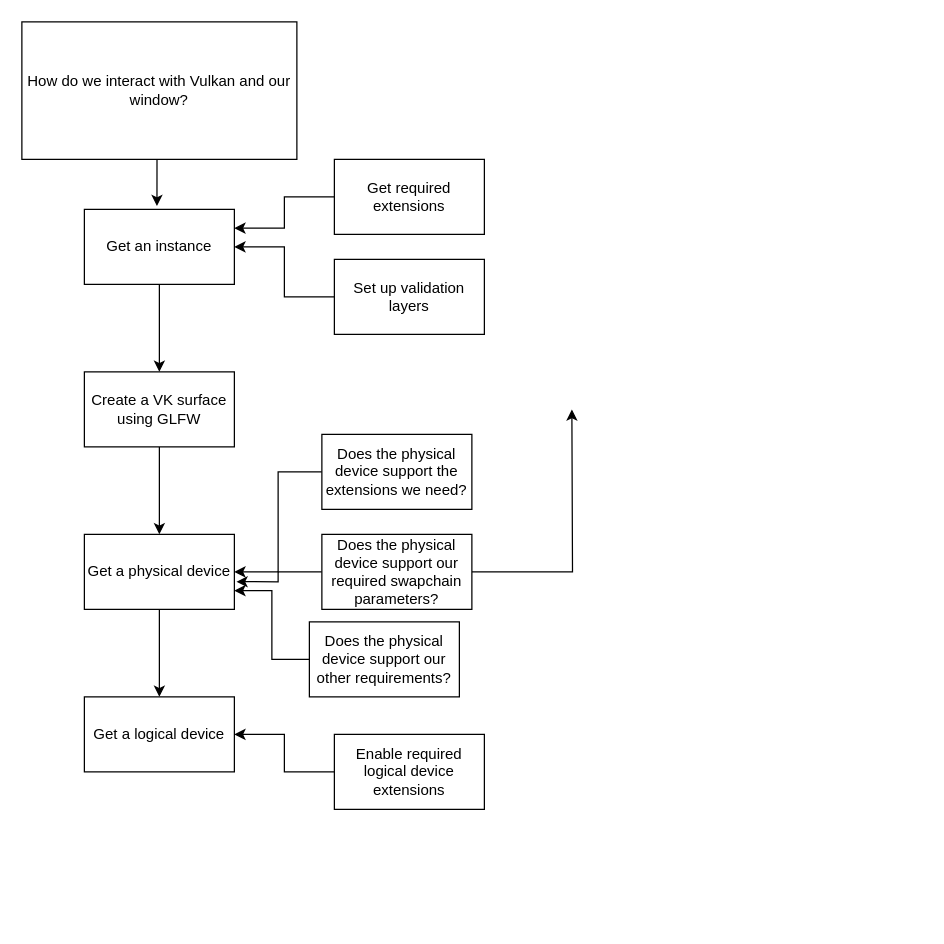
dVeon-loch/VkLearn keeps this draw.io diagram as Drawing A Triangle.drawio. Above is the earlier version. Source tidied: cells renumbered, new cells numbered last; positions are measured from the earlier drawing's top-left corner, leaving out a move shared by most shapes. Both pictures are drawn from the tidied source at 125%, with x=0, y=0 at pixel (21, 21).
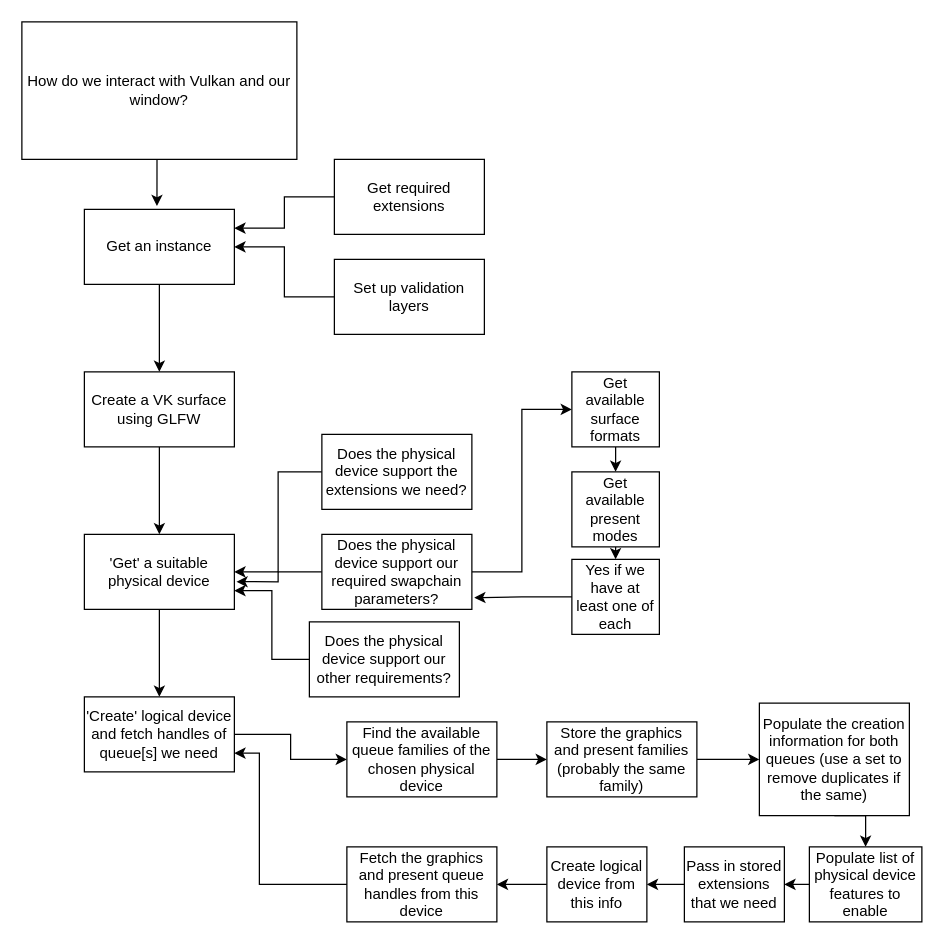
Above is the later version.

The change refers to these unchanged cells:
```xml
<mxCell id="23" value="Does the physical device support our required swapchain parameters?" style="rounded=0;whiteSpace=wrap;html=1;" parent="1" vertex="1">
  <mxGeometry x="240" y="410" width="120" height="60" as="geometry" />
</mxCell>
```

What changed in the source:
```diff
@@
-    <mxCell id="11" value="Get a physical device" style="rounded=0;whiteSpace=wrap;html=1;" parent="1" vertex="1">
+    <mxCell id="11" value="'Get' a suitable physical device" style="rounded=0;whiteSpace=wrap;html=1;" parent="1" vertex="1">
       <mxGeometry x="50" y="410" width="120" height="60" as="geometry" />
     </mxCell>
@@
-    <mxCell id="13" value="Does the physical device support the extensions we need?" style="rounded=0;whiteSpace=wrap;html=1;" parent="1" vertex="1">
+    <mxCell id="13" value="&lt;div&gt;Does the physical device support the extensions we need?&lt;/div&gt;" style="rounded=0;whiteSpace=wrap;html=1;" parent="1" vertex="1">
       <mxGeometry x="240" y="330" width="120" height="60" as="geometry" />
     </mxCell>
@@
+    <mxCell id="24" style="edgeStyle=orthogonalEdgeStyle;rounded=0;jettySize=auto;html=1;exitX=1;exitY=0.5;exitDx=0;exitDy=0;entryX=0;entryY=0.5;entryDx=0;entryDy=0;" parent="1" edge="1" source="16" target="32">
+      <mxGeometry relative="1" as="geometry" />
+    </mxCell>
-    <mxCell id="16" value="Get a logical device" style="rounded=0;whiteSpace=wrap;html=1;" parent="1" vertex="1">
+    <mxCell id="16" value="'Create' logical device and fetch handles of queue[s] we need" style="rounded=0;whiteSpace=wrap;html=1;" parent="1" vertex="1">
       <mxGeometry x="50" y="540" width="120" height="60" as="geometry" />
     </mxCell>
-    <mxCell id="17" style="edgeStyle=orthogonalEdgeStyle;rounded=0;jettySize=auto;html=1;exitX=0;exitY=0.5;exitDx=0;exitDy=0;entryX=1;entryY=0.5;entryDx=0;entryDy=0;" parent="1" edge="1" source="18" target="16">
-      <mxGeometry relative="1" as="geometry" />
-    </mxCell>
-    <mxCell id="18" value="Enable required logical device extensions" style="rounded=0;whiteSpace=wrap;html=1;" parent="1" vertex="1">
-      <mxGeometry x="250" y="570" width="120" height="60" as="geometry" />
-    </mxCell>
@@
-    <mxCell id="22" style="edgeStyle=orthogonalEdgeStyle;rounded=0;jettySize=auto;html=1;exitX=1;exitY=0.5;exitDx=0;exitDy=0;" parent="1" edge="1" source="23">
-      <mxGeometry relative="1" as="geometry">
-        <mxPoint x="440" y="310" as="targetPoint" />
-      </mxGeometry>
+    <mxCell id="22" style="edgeStyle=orthogonalEdgeStyle;rounded=0;jettySize=auto;html=1;exitX=1;exitY=0.5;exitDx=0;exitDy=0;entryX=0;entryY=0.5;entryDx=0;entryDy=0;" parent="1" edge="1" source="23" target="26">
+      <mxGeometry relative="1" as="geometry" />
     </mxCell>
@@
+    <mxCell id="25" style="edgeStyle=orthogonalEdgeStyle;rounded=0;jettySize=auto;html=1;exitX=0.5;exitY=1;exitDx=0;exitDy=0;entryX=0.5;entryY=0;entryDx=0;entryDy=0;" parent="1" edge="1" source="26" target="28">
+      <mxGeometry relative="1" as="geometry" />
+    </mxCell>
+    <mxCell id="26" value="Get available surface formats" style="rounded=0;whiteSpace=wrap;html=1;" parent="1" vertex="1">
+      <mxGeometry x="440" y="280" width="70" height="60" as="geometry" />
+    </mxCell>
+    <mxCell id="27" style="edgeStyle=orthogonalEdgeStyle;rounded=0;jettySize=auto;html=1;exitX=0.5;exitY=1;exitDx=0;exitDy=0;entryX=0.5;entryY=0;entryDx=0;entryDy=0;" parent="1" edge="1" source="28" target="29">
+      <mxGeometry relative="1" as="geometry" />
+    </mxCell>
+    <mxCell id="28" value="Get available present modes" style="rounded=0;whiteSpace=wrap;html=1;" parent="1" vertex="1">
+      <mxGeometry x="440" y="360" width="70" height="60" as="geometry" />
+    </mxCell>
+    <mxCell id="29" value="Yes if we have at least one of each" style="rounded=0;whiteSpace=wrap;html=1;" parent="1" vertex="1">
+      <mxGeometry x="440" y="430" width="70" height="60" as="geometry" />
+    </mxCell>
+    <mxCell id="30" style="edgeStyle=orthogonalEdgeStyle;rounded=0;jettySize=auto;html=1;exitX=0;exitY=0.5;exitDx=0;exitDy=0;entryX=1.016;entryY=0.844;entryDx=0;entryDy=0;entryPerimeter=0;" parent="1" edge="1" source="29" target="23">
+      <mxGeometry relative="1" as="geometry" />
+    </mxCell>
+    <mxCell id="31" style="edgeStyle=orthogonalEdgeStyle;rounded=0;jettySize=auto;html=1;exitX=1;exitY=0.5;exitDx=0;exitDy=0;entryX=0;entryY=0.5;entryDx=0;entryDy=0;" parent="1" edge="1" source="32" target="34">
+      <mxGeometry relative="1" as="geometry" />
+    </mxCell>
+    <mxCell id="32" value="Find the available queue families of the chosen physical device" style="rounded=0;whiteSpace=wrap;html=1;" parent="1" vertex="1">
+      <mxGeometry x="260" y="560" width="120" height="60" as="geometry" />
+    </mxCell>
+    <mxCell id="33" style="edgeStyle=orthogonalEdgeStyle;rounded=0;jettySize=auto;html=1;exitX=1;exitY=0.5;exitDx=0;exitDy=0;entryX=0;entryY=0.5;entryDx=0;entryDy=0;" parent="1" edge="1" source="34" target="36">
+      <mxGeometry relative="1" as="geometry" />
+    </mxCell>
+    <mxCell id="34" value="Store the graphics and present families (probably the same family)" style="rounded=0;whiteSpace=wrap;html=1;" parent="1" vertex="1">
+      <mxGeometry x="420" y="560" width="120" height="60" as="geometry" />
+    </mxCell>
+    <mxCell id="35" style="edgeStyle=orthogonalEdgeStyle;rounded=0;jettySize=auto;html=1;exitX=0.5;exitY=1;exitDx=0;exitDy=0;entryX=0.5;entryY=0;entryDx=0;entryDy=0;" parent="1" edge="1" source="36" target="38">
+      <mxGeometry relative="1" as="geometry" />
+    </mxCell>
+    <mxCell id="36" value="Populate the creation information for both queues (use a set to remove duplicates if the same)" style="rounded=0;whiteSpace=wrap;html=1;" parent="1" vertex="1">
+      <mxGeometry x="590" y="545" width="120" height="90" as="geometry" />
+    </mxCell>
+    <mxCell id="37" style="edgeStyle=orthogonalEdgeStyle;rounded=0;jettySize=auto;html=1;exitX=0;exitY=0.5;exitDx=0;exitDy=0;entryX=1;entryY=0.5;entryDx=0;entryDy=0;" parent="1" edge="1" source="38" target="40">
+      <mxGeometry relative="1" as="geometry" />
+    </mxCell>
+    <mxCell id="38" value="Populate list of physical device features to enable" style="rounded=0;whiteSpace=wrap;html=1;" parent="1" vertex="1">
+      <mxGeometry x="630" y="660" width="90" height="60" as="geometry" />
+    </mxCell>
+    <mxCell id="39" style="edgeStyle=orthogonalEdgeStyle;rounded=0;jettySize=auto;html=1;exitX=0;exitY=0.5;exitDx=0;exitDy=0;entryX=1;entryY=0.5;entryDx=0;entryDy=0;" parent="1" edge="1" source="40" target="42">
+      <mxGeometry relative="1" as="geometry" />
+    </mxCell>
+    <mxCell id="40" value="Pass in stored extensions that we need" style="rounded=0;whiteSpace=wrap;html=1;" parent="1" vertex="1">
+      <mxGeometry x="530" y="660" width="80" height="60" as="geometry" />
+    </mxCell>
+    <mxCell id="41" style="edgeStyle=orthogonalEdgeStyle;rounded=0;jettySize=auto;html=1;exitX=0;exitY=0.5;exitDx=0;exitDy=0;entryX=1;entryY=0.5;entryDx=0;entryDy=0;" parent="1" edge="1" source="42" target="43">
+      <mxGeometry relative="1" as="geometry" />
+    </mxCell>
+    <mxCell id="42" value="Create logical device from this info" style="rounded=0;whiteSpace=wrap;html=1;" parent="1" vertex="1">
+      <mxGeometry x="420" y="660" width="80" height="60" as="geometry" />
+    </mxCell>
+    <mxCell id="43" value="Fetch the graphics and present queue handles from this device" style="rounded=0;whiteSpace=wrap;html=1;" parent="1" vertex="1">
+      <mxGeometry x="260" y="660" width="120" height="60" as="geometry" />
+    </mxCell>
+    <mxCell id="44" style="edgeStyle=orthogonalEdgeStyle;rounded=0;jettySize=auto;html=1;exitX=0;exitY=0.5;exitDx=0;exitDy=0;entryX=1;entryY=0.75;entryDx=0;entryDy=0;" parent="1" edge="1" source="43" target="16">
+      <mxGeometry relative="1" as="geometry">
+        <Array as="points">
+          <mxPoint x="190" y="690" />
+          <mxPoint x="190" y="585" />
+        </Array>
+      </mxGeometry>
+    </mxCell>
```
